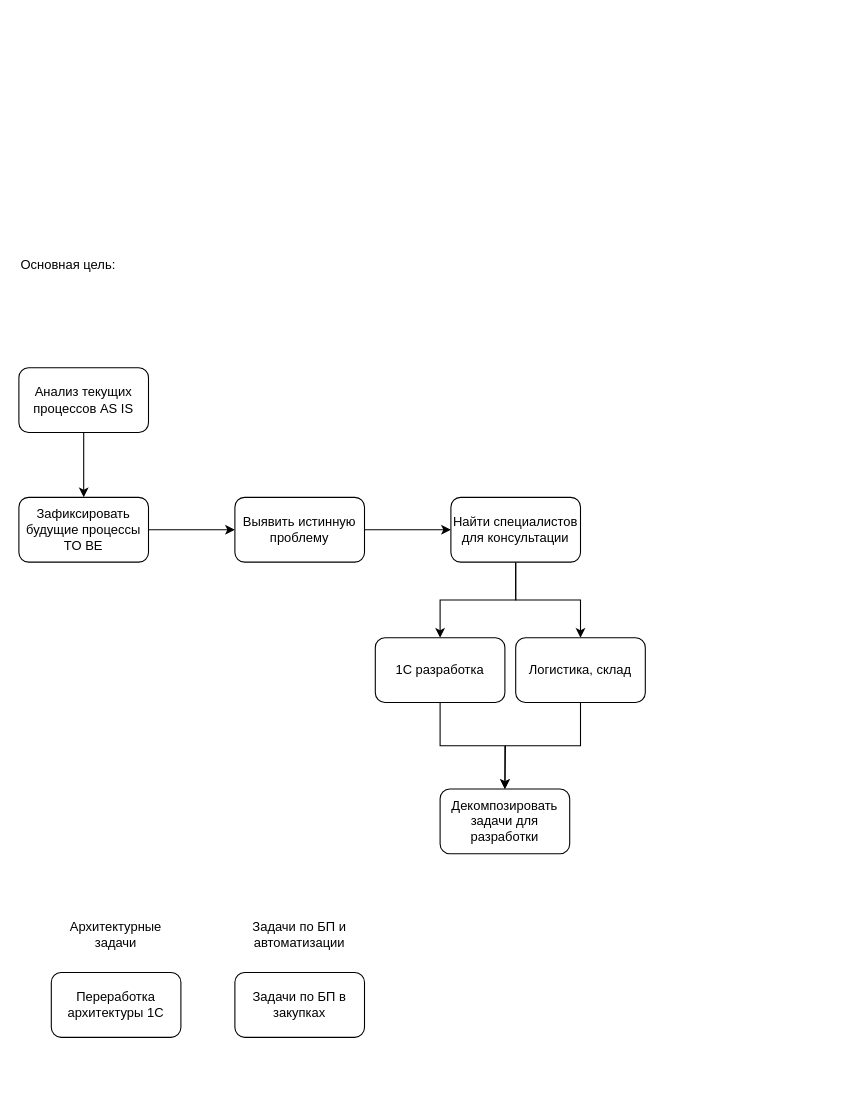
Before: План действий.drawio in iLimberg/BlackTyres, a draw.io diagram. Source tidied: cells renumbered, new cells numbered last; positions are measured from the earlier drawing's top-left corner, leaving out a move shared by most shapes. Both pictures are drawn from the tidied source at 108%, with x=0, y=0 at pixel (18, 248).
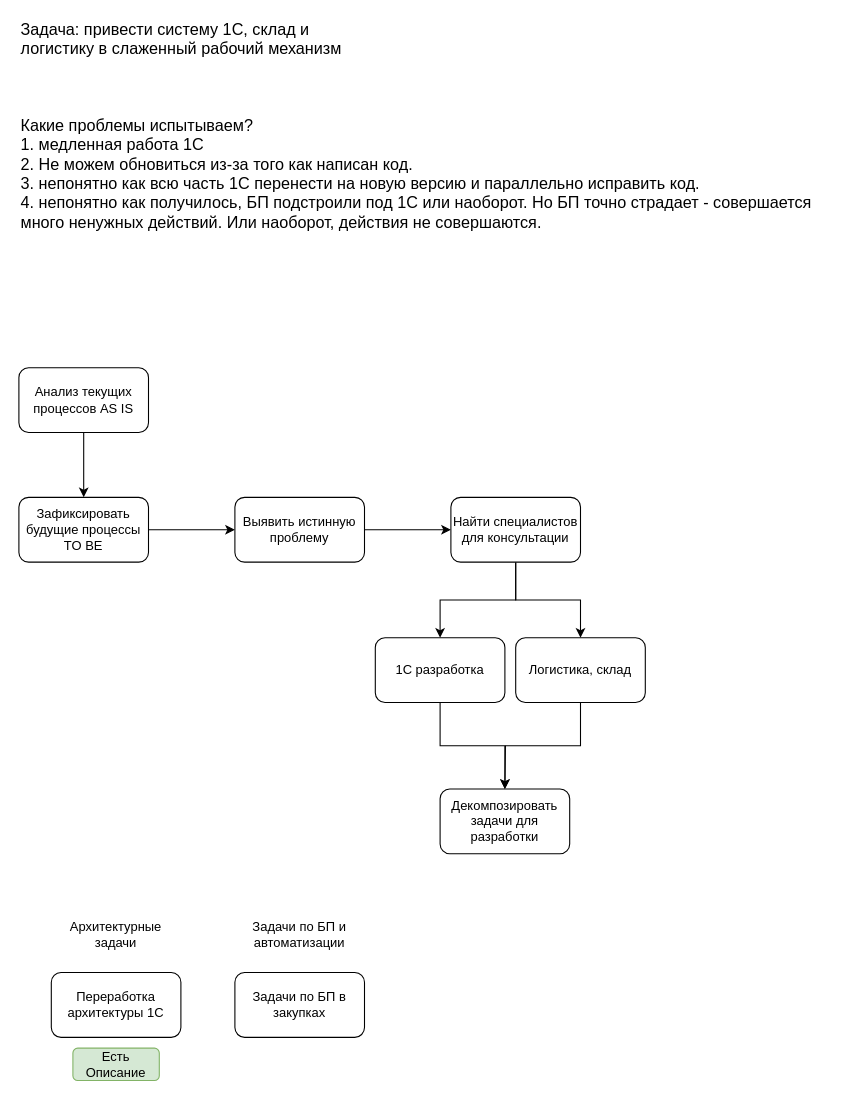
After the change.

The edit, as a diff of the source:
```diff
@@
-    <mxCell id="2" value="Основная цель:" style="text;html=1;align=left;verticalAlign=middle;whiteSpace=wrap;rounded=0;" parent="1" vertex="1">
-      <mxGeometry width="330" height="30" as="geometry" />
+    <mxCell id="2" value="Задача: привести систему 1С, склад и логистику в слаженный рабочий механизм" style="text;html=1;align=left;verticalAlign=middle;whiteSpace=wrap;rounded=0;fontSize=15;" parent="1" vertex="1">
+      <mxGeometry y="-210" width="330" height="30" as="geometry" />
     </mxCell>
@@
+    <mxCell id="21" value="Есть Описание" style="rounded=1;whiteSpace=wrap;html=1;fillColor=#d5e8d4;strokeColor=#82b366;" parent="1" vertex="1">
+      <mxGeometry x="50" y="740" width="80" height="30" as="geometry" />
+    </mxCell>
+    <mxCell id="22" value="Какие проблемы испытываем?&lt;div&gt;1. медленная работа 1С&lt;/div&gt;&lt;div&gt;2. Не можем обновиться из-за того как написан код.&lt;/div&gt;&lt;div&gt;3. непонятно как всю часть 1С перенести на новую версию и параллельно исправить код.&lt;/div&gt;&lt;div&gt;4. непонятно как получилось, БП подстроили под 1С или наоборот. Но БП точно страдает - совершается много ненужных действий. Или наоборот, действия не совершаются.&lt;/div&gt;" style="text;html=1;align=left;verticalAlign=top;whiteSpace=wrap;rounded=0;fontSize=15;" parent="1" vertex="1">
+      <mxGeometry y="-130" width="750" height="180" as="geometry" />
+    </mxCell>
```
